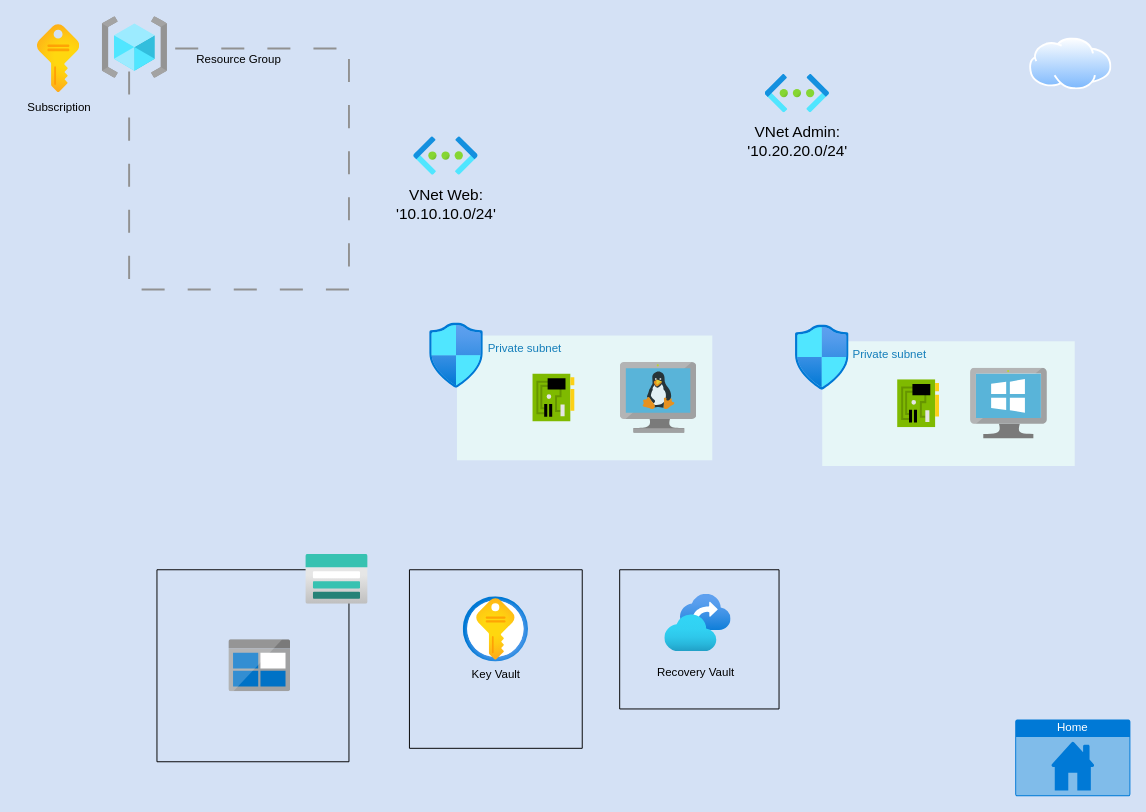
Earlier version of the draw.io diagram v1.0.drawio (techgrounds/techgrounds-SaidTG). Source tidied: cells renumbered, new cells numbered last; positions are measured from the earlier drawing's top-left corner, leaving out a move shared by most shapes. Both pictures are drawn from the tidied source at 96%, with x=0, y=0 at pixel (16, 16).
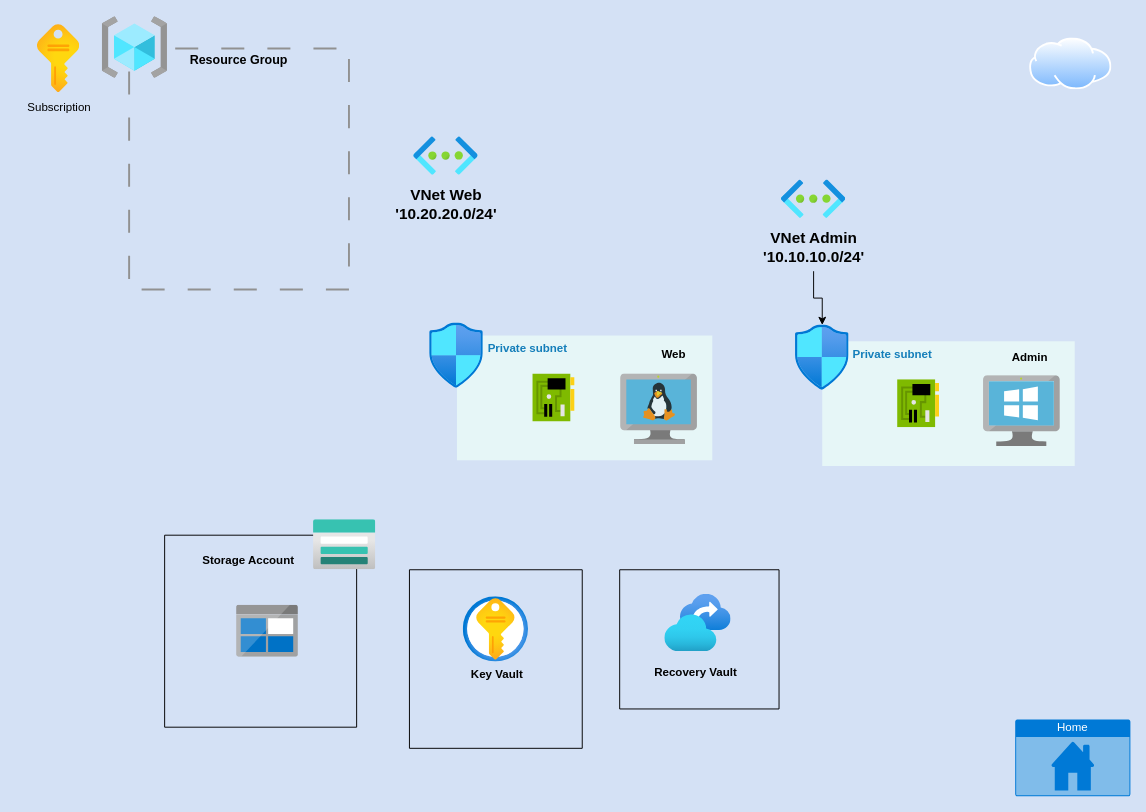
After the change.

Unchanged cells that the change refers to:
```xml
<mxCell id="12" style="swimlane;startSize=0;" parent="1" vertex="1">
  <mxGeometry x="409" y="576" width="180" height="186" as="geometry" />
</mxCell>
<mxCell id="15" style="swimlane;startSize=0;" parent="1" vertex="1">
  <mxGeometry x="628" y="576" width="166" height="145" as="geometry" />
</mxCell>
<mxCell id="23" style="image;html=1;points=[];align=center;fontSize=12;image=img/lib/azure2/networking/Network_Security_Groups.svg;" parent="20" vertex="1">
  <mxGeometry x="-28" y="-17" width="56" height="68" as="geometry" />
</mxCell>
```

Diff of the diagram source:
```diff
@@
     <mxCell id="3" style="image;html=1;align=center;fontSize=12;image=img/lib/azure2/networking/Virtual_Networks.svg;" parent="1" vertex="1">
-      <mxGeometry x="779.5" y="60" width="67" height="40" as="geometry" />
+      <mxGeometry x="796.5" y="170" width="67" height="40" as="geometry" />
     </mxCell>
@@
-    <mxCell id="6" value="Resource Group" style="fontStyle=0;verticalAlign=top;align=center;spacingTop=-2;fillColor=none;rounded=0;whiteSpace=wrap;html=1;strokeColor=#919191;strokeWidth=2;dashed=1;dashPattern=12 12;" parent="1" vertex="1">
+    <mxCell id="6" value="&lt;b&gt;&lt;font style=&quot;font-size: 13px;&quot;&gt;Resource Group&lt;/font&gt;&lt;/b&gt;" style="fontStyle=0;verticalAlign=top;align=center;spacingTop=-2;fillColor=none;rounded=0;whiteSpace=wrap;html=1;strokeColor=#919191;strokeWidth=2;dashed=1;dashPattern=12 12;" parent="1" vertex="1">
       <mxGeometry x="117" y="33" width="229" height="251" as="geometry" />
     </mxCell>
@@
     <mxCell id="9" style="swimlane;startSize=0;" parent="1" vertex="1">
-      <mxGeometry x="146" y="576" width="200" height="200" as="geometry" />
+      <mxGeometry x="154" y="540" width="200" height="200" as="geometry" />
     </mxCell>
@@
+    <mxCell id="29" value="&lt;b&gt;Storage Account&lt;/b&gt;" style="text;html=1;align=center;verticalAlign=middle;strokeColor=none;fillColor=none;" parent="9" vertex="1">
+      <mxGeometry x="30" y="14" width="113" height="26" as="geometry" />
+    </mxCell>
@@
-    <mxCell id="14" value="&lt;div&gt;Key Vault&lt;/div&gt;" style="text;html=1;align=center;verticalAlign=middle;strokeColor=none;fillColor=none;" parent="12" vertex="1">
-      <mxGeometry x="56.5" y="96" width="67" height="26" as="geometry" />
+    <mxCell id="14" value="&lt;div&gt;&lt;b&gt;Key Vault&lt;/b&gt;&lt;/div&gt;" style="text;html=1;align=center;verticalAlign=middle;strokeColor=none;fillColor=none;" parent="12" vertex="1">
+      <mxGeometry x="55.5" y="96" width="70" height="26" as="geometry" />
     </mxCell>
@@
-    <mxCell id="16" value="&lt;div&gt;Recovery Vault&lt;/div&gt;" style="text;html=1;align=center;verticalAlign=middle;strokeColor=none;fillColor=none;" parent="15" vertex="1">
-      <mxGeometry x="30" y="93.5" width="97" height="26" as="geometry" />
+    <mxCell id="16" value="&lt;div&gt;&lt;b&gt;Recovery Vault&lt;/b&gt;&lt;/div&gt;" style="text;html=1;align=center;verticalAlign=middle;strokeColor=none;fillColor=none;" parent="15" vertex="1">
+      <mxGeometry x="28" y="93.5" width="102" height="26" as="geometry" />
     </mxCell>
@@
-    <mxCell id="19" value="&lt;div style=&quot;font-size: 16px;&quot;&gt;&lt;font style=&quot;font-size: 16px;&quot;&gt;VNet Web:&lt;/font&gt;&lt;/div&gt;&lt;div style=&quot;font-size: 16px;&quot;&gt;&lt;font style=&quot;font-size: 16px;&quot;&gt;'10.10.10.0/24'&lt;font style=&quot;font-size: 16px;&quot;&gt;&lt;br&gt;&lt;/font&gt;&lt;/font&gt;&lt;/div&gt;" style="text;html=1;align=center;verticalAlign=middle;strokeColor=none;fillColor=none;" parent="1" vertex="1">
-      <mxGeometry x="386" y="170" width="122" height="50" as="geometry" />
+    <mxCell id="19" value="&lt;div style=&quot;font-size: 16px;&quot;&gt;&lt;b&gt;&lt;font style=&quot;font-size: 16px;&quot;&gt;VNet Web&lt;/font&gt;&lt;/b&gt;&lt;/div&gt;&lt;div style=&quot;font-size: 16px;&quot;&gt;&lt;b&gt;&lt;font style=&quot;font-size: 16px;&quot;&gt;'10.20.20.0/24'&lt;font style=&quot;font-size: 16px;&quot;&gt;&lt;br&gt;&lt;/font&gt;&lt;/font&gt;&lt;/b&gt;&lt;/div&gt;" style="text;html=1;align=center;verticalAlign=middle;strokeColor=none;fillColor=none;" parent="1" vertex="1">
+      <mxGeometry x="385" y="170" width="124" height="50" as="geometry" />
     </mxCell>
-    <mxCell id="20" value="Private subnet" style="gradientColor=none;html=1;whiteSpace=wrap;fontSize=12;fontStyle=0;shape=mxgraph.aws4.group;grIcon=mxgraph.aws4.group_security_group;grStroke=0;strokeColor=#00A4A6;fillColor=#E6F6F7;verticalAlign=top;align=left;spacingLeft=30;fontColor=#147EBA;dashed=0;" parent="1" vertex="1">
+    <mxCell id="20" value="&lt;b&gt;Private subnet&lt;/b&gt;" style="gradientColor=none;html=1;whiteSpace=wrap;fontSize=12;fontStyle=0;shape=mxgraph.aws4.group;grIcon=mxgraph.aws4.group_security_group;grStroke=0;strokeColor=#00A4A6;fillColor=#E6F6F7;verticalAlign=top;align=left;spacingLeft=30;fontColor=#147EBA;dashed=0;" parent="1" vertex="1">
       <mxGeometry x="839" y="338" width="263" height="130" as="geometry" />
     </mxCell>
@@
     <mxCell id="22" style="image;sketch=0;html=1;align=center;fontSize=12;image=img/lib/mscae/VirtualMachineWindows.svg;" parent="20" vertex="1">
-      <mxGeometry x="154.5" y="28.2" width="80" height="73.6" as="geometry" />
+      <mxGeometry x="168" y="36" width="80" height="73.6" as="geometry" />
     </mxCell>
@@
+    <mxCell id="30" value="&lt;b&gt;Admin&lt;/b&gt;" style="text;html=1;align=center;verticalAlign=middle;strokeColor=none;fillColor=none;" parent="20" vertex="1">
+      <mxGeometry x="189" y="4" width="54" height="26" as="geometry" />
+    </mxCell>
-    <mxCell id="24" value="Private subnet" style="gradientColor=none;html=1;whiteSpace=wrap;fontSize=12;fontStyle=0;shape=mxgraph.aws4.group;grIcon=mxgraph.aws4.group_security_group;grStroke=0;strokeColor=#00A4A6;fillColor=#E6F6F7;verticalAlign=top;align=left;spacingLeft=30;fontColor=#147EBA;dashed=0;" parent="1" vertex="1">
+    <mxCell id="24" value="&lt;b&gt;Private subnet&lt;/b&gt;" style="gradientColor=none;html=1;whiteSpace=wrap;fontSize=12;fontStyle=0;shape=mxgraph.aws4.group;grIcon=mxgraph.aws4.group_security_group;grStroke=0;strokeColor=#00A4A6;fillColor=#E6F6F7;verticalAlign=top;align=left;spacingLeft=30;fontColor=#147EBA;dashed=0;" parent="1" vertex="1">
       <mxGeometry x="458.5" y="332" width="266" height="130" as="geometry" />
     </mxCell>
@@
     <mxCell id="26" style="image;sketch=0;html=1;align=center;fontSize=12;image=img/lib/mscae/VM_Linux.svg;" parent="24" vertex="1">
-      <mxGeometry x="170" y="28.2" width="80" height="73.6" as="geometry" />
+      <mxGeometry x="170.5" y="40" width="80" height="73.6" as="geometry" />
     </mxCell>
+    <mxCell id="31" value="&lt;b&gt;Web&lt;/b&gt;" style="text;html=1;align=center;verticalAlign=middle;strokeColor=none;fillColor=none;" parent="24" vertex="1">
+      <mxGeometry x="203.5" y="7" width="44" height="26" as="geometry" />
+    </mxCell>
+    <mxCell id="32" style="edgeStyle=orthogonalEdgeStyle;rounded=0;jettySize=auto;html=1;" parent="1" edge="1" source="27" target="23">
+      <mxGeometry relative="1" as="geometry" />
+    </mxCell>
-    <mxCell id="27" value="&lt;div style=&quot;font-size: 16px;&quot;&gt;&lt;font style=&quot;font-size: 16px;&quot;&gt;VNet Admin:&lt;/font&gt;&lt;/div&gt;&lt;div style=&quot;font-size: 16px;&quot;&gt;&lt;font style=&quot;font-size: 16px;&quot;&gt;'10.20.20.0/24&lt;/font&gt;'&lt;/div&gt;" style="text;html=1;align=center;verticalAlign=middle;points=[];strokeColor=none;fillColor=none;" parent="1" vertex="1">
-      <mxGeometry x="752" y="105" width="122" height="50" as="geometry" />
+    <mxCell id="27" value="&lt;div style=&quot;font-size: 16px;&quot;&gt;&lt;b&gt;&lt;font style=&quot;font-size: 16px;&quot;&gt;VNet Admin&lt;/font&gt;&lt;/b&gt;&lt;/div&gt;&lt;div style=&quot;font-size: 16px;&quot;&gt;&lt;b&gt;&lt;font style=&quot;font-size: 16px;&quot;&gt;'10.10.10.0/24&lt;/font&gt;'&lt;/b&gt;&lt;/div&gt;" style="text;html=1;align=center;verticalAlign=middle;points=[];strokeColor=none;fillColor=none;" parent="1" vertex="1">
+      <mxGeometry x="768" y="215" width="124" height="50" as="geometry" />
     </mxCell>
```
